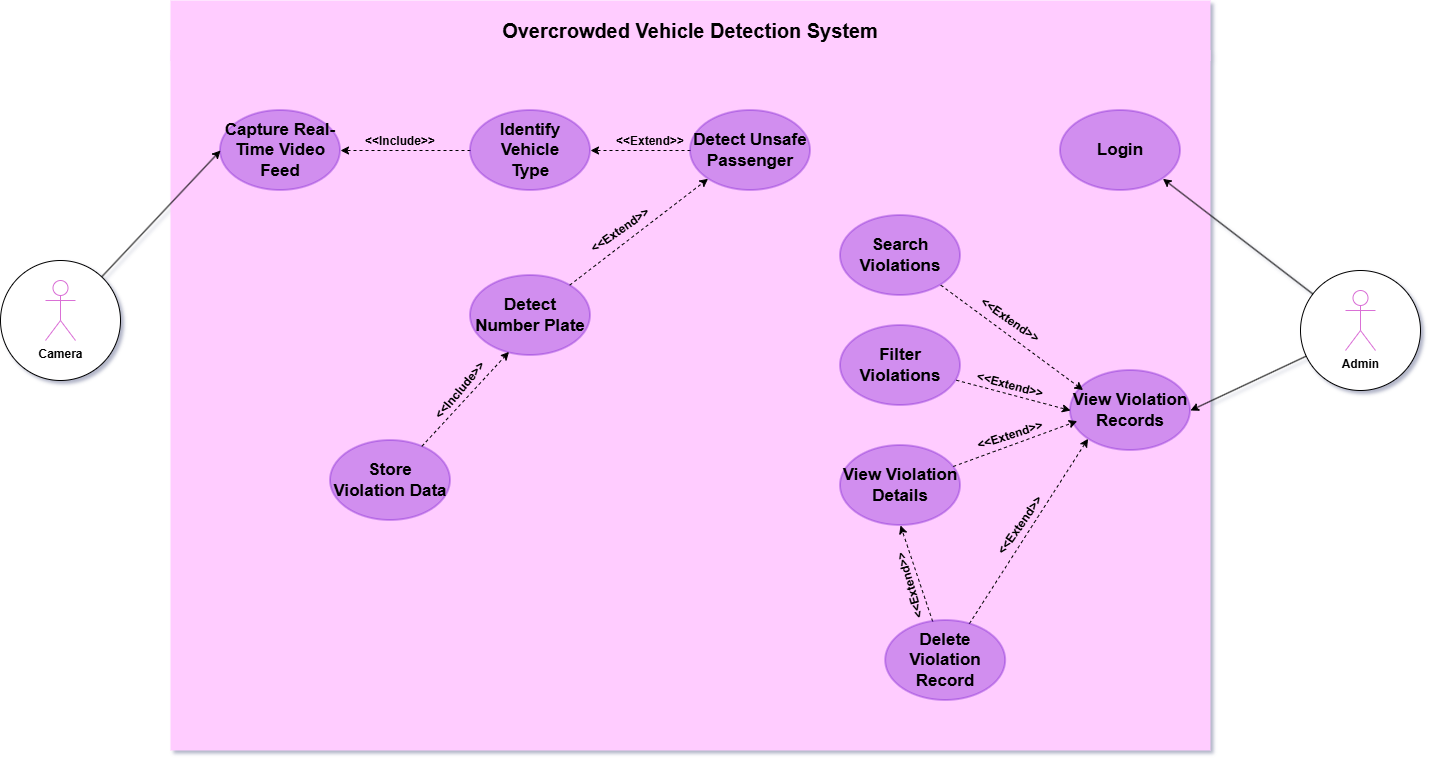
Above: Use Case Diagram.png in safe-ride-AI/unsafe-passenger-detection (draw.io), before the change. Source tidied: cells renumbered, new cells last; positions are measured from the earlier drawing's top-left corner, leaving out a move shared by most shapes.
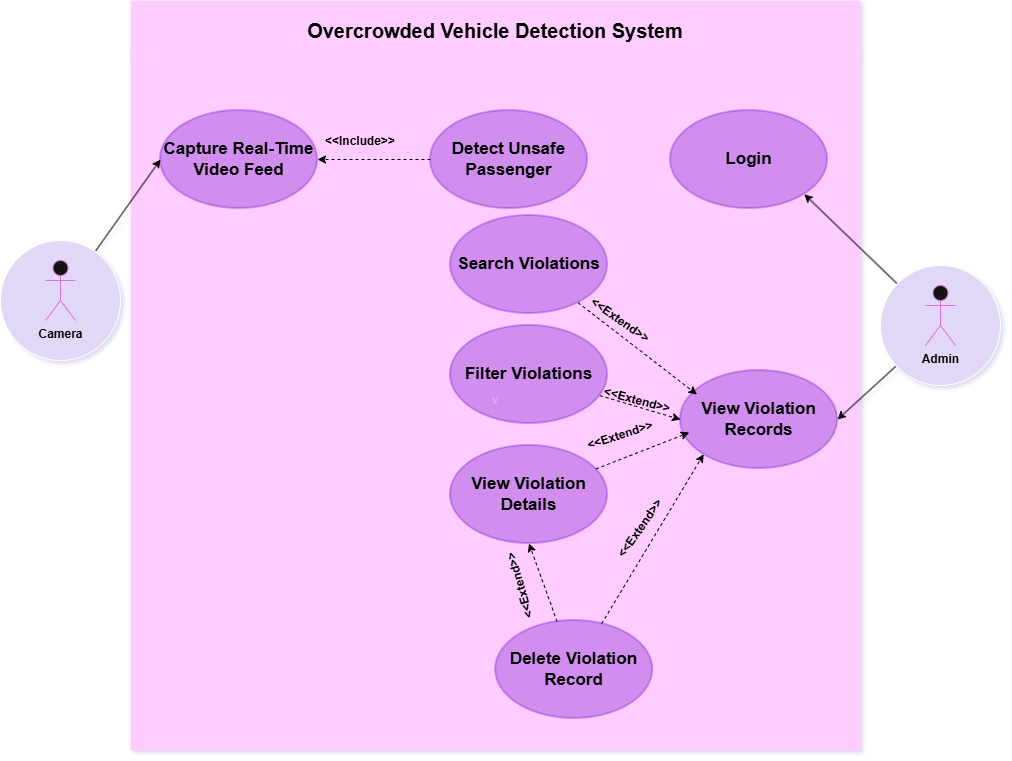
The same file after the commit.

Commit message:
SSD and Use Case Diagram Updated

Diff of the diagram source:
```diff
@@ -2,50 +2,41 @@
   <root>
     <mxCell id="0" />
     <mxCell id="1" parent="0" />
-    <mxCell id="2" style="rounded=0;whiteSpace=wrap;html=1;fillColor=light-dark(#FFCCFF,#FFCCFF);strokeColor=none;dashed=1;" parent="1" vertex="1">
-      <mxGeometry x="170" y="50" width="1040" height="700" as="geometry" />
+    <mxCell id="2" value="v" style="rounded=0;whiteSpace=wrap;html=1;fillColor=light-dark(#FFCCFF,#FFCCFF);strokeColor=none;dashed=1;" parent="1" vertex="1">
+      <mxGeometry x="520" y="50" width="730" height="700" as="geometry" />
     </mxCell>
     <mxCell id="3" value="&lt;font style=&quot;color: light-dark(rgb(0, 0, 0), rgb(0, 0, 0));&quot;&gt;Capture Real-Time Video Feed&lt;/font&gt;" style="ellipse;whiteSpace=wrap;html=1;fillColor=light-dark(#6600CC,#6600CC);fontColor=#000000;strokeColor=light-dark(#6600CC,#6600CC);fillStyle=auto;gradientColor=none;strokeWidth=2;opacity=30;fontSize=17;fontStyle=1;" parent="1" vertex="1">
-      <mxGeometry x="220" y="110" width="120" height="80" as="geometry" />
+      <mxGeometry x="550" y="110" width="157" height="98" as="geometry" />
     </mxCell>
-    <mxCell id="4" style="edgeStyle=orthogonalEdgeStyle;rounded=0;jettySize=auto;html=1;entryX=1;entryY=0.5;entryDx=0;entryDy=0;strokeColor=light-dark(#000000,#000000);exitX=0;exitY=0.5;exitDx=0;exitDy=0;dashed=1;" parent="1" edge="1" source="9" target="3">
+    <mxCell id="4" style="edgeStyle=orthogonalEdgeStyle;rounded=0;jettySize=auto;html=1;entryX=1;entryY=0.5;entryDx=0;entryDy=0;strokeColor=light-dark(#000000,#000000);exitX=0;exitY=0.5;exitDx=0;exitDy=0;dashed=1;" parent="1" edge="1" source="6" target="3">
       <mxGeometry relative="1" as="geometry" />
     </mxCell>
-    <mxCell id="5" style="edgeStyle=orthogonalEdgeStyle;rounded=0;jettySize=auto;html=1;entryX=1;entryY=0.5;entryDx=0;entryDy=0;strokeColor=light-dark(#000000,#000000);dashed=1;" parent="1" edge="1" source="6" target="9">
-      <mxGeometry relative="1" as="geometry" />
-    </mxCell>
     <mxCell id="6" value="&lt;font style=&quot;color: light-dark(rgb(0, 0, 0), rgb(0, 0, 0));&quot;&gt;Detect Unsafe Passenger&lt;/font&gt;" style="ellipse;whiteSpace=wrap;html=1;fillColor=light-dark(#6600CC,#6600CC);fontColor=#000000;strokeColor=light-dark(#6600CC,#6600CC);fillStyle=auto;gradientColor=none;strokeWidth=2;opacity=30;fontSize=17;fontStyle=1;" parent="1" vertex="1">
-      <mxGeometry x="690" y="110" width="120" height="80" as="geometry" />
+      <mxGeometry x="820" y="110" width="157" height="98" as="geometry" />
     </mxCell>
     <mxCell id="7" value="&lt;font style=&quot;color: light-dark(rgb(0, 0, 0), rgb(0, 0, 0));&quot;&gt;&amp;lt;&amp;lt;Include&amp;gt;&amp;gt;&lt;/font&gt;" style="text;html=1;whiteSpace=wrap;strokeColor=none;fillColor=none;align=center;verticalAlign=middle;rounded=0;fontStyle=1;" parent="1" vertex="1">
-      <mxGeometry x="370" y="126" width="60" height="30" as="geometry" />
+      <mxGeometry x="720" y="126" width="60" height="30" as="geometry" />
     </mxCell>
     <mxCell id="8" value="&lt;font style=&quot;color: light-dark(rgb(0, 0, 0), rgb(0, 0, 0));&quot;&gt;&amp;lt;&amp;lt;Extend&amp;gt;&amp;gt;&lt;/font&gt;" style="text;html=1;whiteSpace=wrap;strokeColor=none;fillColor=none;align=center;verticalAlign=middle;rounded=0;rotation=35;fontStyle=1;" parent="1" vertex="1">
       <mxGeometry x="980" y="305" width="60" height="30" as="geometry" />
     </mxCell>
-    <mxCell id="9" value="&lt;font style=&quot;color: light-dark(rgb(0, 0, 0), rgb(0, 0, 0));&quot;&gt;Identify Vehicle&lt;/font&gt;&lt;div&gt;&lt;span style=&quot;color: light-dark(rgb(0, 0, 0), rgb(0, 0, 0)); background-color: transparent;&quot;&gt;Type&lt;/span&gt;&lt;/div&gt;" style="ellipse;whiteSpace=wrap;html=1;fillColor=light-dark(#6600CC,#6600CC);fontColor=#000000;strokeColor=light-dark(#6600CC,#6600CC);fillStyle=auto;gradientColor=none;strokeWidth=2;opacity=30;fontSize=17;fontStyle=1;" parent="1" vertex="1">
-      <mxGeometry x="470" y="110" width="120" height="80" as="geometry" />
-    </mxCell>
-    <mxCell id="10" value="&lt;font style=&quot;color: light-dark(rgb(0, 0, 0), rgb(0, 0, 0));&quot;&gt;Store Violation Data&lt;/font&gt;" style="ellipse;whiteSpace=wrap;html=1;fillColor=light-dark(#6600CC,#6600CC);fontColor=#000000;strokeColor=light-dark(#6600CC,#6600CC);fillStyle=auto;gradientColor=none;strokeWidth=2;opacity=30;fontSize=17;fontStyle=1;" parent="1" vertex="1">
-      <mxGeometry x="330" y="440" width="120" height="80" as="geometry" />
-    </mxCell>
     <mxCell id="11" value="&lt;font style=&quot;color: light-dark(rgb(0, 0, 0), rgb(0, 0, 0));&quot;&gt;Login&lt;/font&gt;" style="ellipse;whiteSpace=wrap;html=1;fillColor=light-dark(#6600CC,#6600CC);fontColor=#000000;strokeColor=light-dark(#6600CC,#6600CC);fillStyle=auto;gradientColor=none;strokeWidth=2;opacity=30;fontSize=17;fontStyle=1;" parent="1" vertex="1">
-      <mxGeometry x="1060" y="110" width="120" height="80" as="geometry" />
+      <mxGeometry x="1060" y="110" width="157" height="98" as="geometry" />
     </mxCell>
     <mxCell id="12" value="&lt;font style=&quot;color: light-dark(rgb(0, 0, 0), rgb(0, 0, 0));&quot;&gt;View Violation Records&lt;/font&gt;" style="ellipse;whiteSpace=wrap;html=1;fillColor=light-dark(#6600CC,#6600CC);fontColor=#000000;strokeColor=light-dark(#6600CC,#6600CC);fillStyle=auto;gradientColor=none;strokeWidth=2;opacity=30;fontSize=17;fontStyle=1;" parent="1" vertex="1">
-      <mxGeometry x="1070" y="370" width="120" height="80" as="geometry" />
+      <mxGeometry x="1070" y="370" width="157" height="98" as="geometry" />
     </mxCell>
     <mxCell id="13" value="&lt;font style=&quot;color: light-dark(rgb(0, 0, 0), rgb(0, 0, 0));&quot;&gt;Search Violations&lt;/font&gt;" style="ellipse;whiteSpace=wrap;html=1;fillColor=light-dark(#6600CC,#6600CC);fontColor=#000000;strokeColor=light-dark(#6600CC,#6600CC);fillStyle=auto;gradientColor=none;strokeWidth=2;opacity=30;fontSize=17;fontStyle=1;" parent="1" vertex="1">
-      <mxGeometry x="840" y="215" width="120" height="80" as="geometry" />
+      <mxGeometry x="840" y="215" width="157" height="98" as="geometry" />
     </mxCell>
     <mxCell id="14" style="rounded=0;jettySize=auto;html=1;entryX=0;entryY=0.5;entryDx=0;entryDy=0;strokeColor=light-dark(#000000,#000000);dashed=1;" parent="1" edge="1" source="15" target="12">
       <mxGeometry relative="1" as="geometry" />
     </mxCell>
     <mxCell id="15" value="&lt;font style=&quot;color: light-dark(rgb(0, 0, 0), rgb(0, 0, 0));&quot;&gt;Filter Violations&lt;/font&gt;" style="ellipse;whiteSpace=wrap;html=1;fillColor=light-dark(#6600CC,#6600CC);fontColor=#000000;strokeColor=light-dark(#6600CC,#6600CC);fillStyle=auto;gradientColor=none;strokeWidth=2;opacity=30;fontSize=17;fontStyle=1;" parent="1" vertex="1">
-      <mxGeometry x="840" y="325" width="120" height="80" as="geometry" />
+      <mxGeometry x="840" y="325" width="157" height="98" as="geometry" />
     </mxCell>
     <mxCell id="16" value="&lt;font style=&quot;color: light-dark(rgb(0, 0, 0), rgb(0, 0, 0));&quot;&gt;View Violation Details&lt;/font&gt;" style="ellipse;whiteSpace=wrap;html=1;fillColor=light-dark(#6600CC,#6600CC);fontColor=#000000;strokeColor=light-dark(#6600CC,#6600CC);fillStyle=auto;gradientColor=none;strokeWidth=2;opacity=30;fontSize=17;fontStyle=1;" parent="1" vertex="1">
-      <mxGeometry x="840" y="445" width="120" height="80" as="geometry" />
+      <mxGeometry x="840" y="445" width="157" height="98" as="geometry" />
     </mxCell>
     <mxCell id="17" style="rounded=0;jettySize=auto;html=1;entryX=0;entryY=1;entryDx=0;entryDy=0;strokeColor=light-dark(#000000,#000000);dashed=1;" parent="1" edge="1" source="19" target="12">
       <mxGeometry relative="1" as="geometry" />
@@ -54,19 +45,19 @@
       <mxGeometry relative="1" as="geometry" />
     </mxCell>
     <mxCell id="19" value="&lt;font style=&quot;color: light-dark(rgb(0, 0, 0), rgb(0, 0, 0));&quot;&gt;Delete Violation Record&lt;/font&gt;" style="ellipse;whiteSpace=wrap;html=1;fillColor=light-dark(#6600CC,#6600CC);fontColor=#000000;strokeColor=light-dark(#6600CC,#6600CC);fillStyle=auto;gradientColor=none;strokeWidth=2;opacity=30;fontSize=17;fontStyle=1;" parent="1" vertex="1">
-      <mxGeometry x="885.2" y="620" width="120" height="80" as="geometry" />
+      <mxGeometry x="885.2" y="620" width="157" height="98" as="geometry" />
     </mxCell>
     <mxCell id="20" value="&lt;font style=&quot;color: light-dark(rgb(0, 0, 0), rgb(0, 0, 0)); font-size: 20px;&quot;&gt;&lt;b style=&quot;&quot;&gt;Overcrowded Vehicle Detection System&lt;/b&gt;&lt;/font&gt;" style="rounded=0;whiteSpace=wrap;html=1;fillColor=light-dark(#FFCCFF,#FFCCFF);strokeColor=none;" parent="1" vertex="1">
-      <mxGeometry x="170" width="1040" height="60" as="geometry" />
+      <mxGeometry x="520" width="730" height="60" as="geometry" />
     </mxCell>
     <mxCell id="21" style="rounded=0;jettySize=auto;html=1;entryX=0;entryY=0.5;entryDx=0;entryDy=0;strokeColor=light-dark(#000000,#000000);" parent="1" edge="1" source="22" target="3">
       <mxGeometry relative="1" as="geometry" />
     </mxCell>
     <mxCell id="22" style="ellipse;whiteSpace=wrap;html=1;strokeColor=default;fillColor=light-dark(#FFFFFF,#E1D8F7);" parent="1" vertex="1">
-      <mxGeometry y="260" width="120" height="120" as="geometry" />
+      <mxGeometry x="390" y="240" width="120" height="120" as="geometry" />
     </mxCell>
     <mxCell id="23" value="&lt;font style=&quot;color: light-dark(rgb(0, 0, 0), rgb(0, 0, 0));&quot;&gt;&lt;b&gt;Camera&lt;/b&gt;&lt;/font&gt;" style="shape=umlActor;verticalLabelPosition=bottom;verticalAlign=top;html=1;strokeColor=light-dark(#DA70D6,#DA70D6);" parent="1" vertex="1">
-      <mxGeometry x="45" y="280" width="30" height="60" as="geometry" />
+      <mxGeometry x="435" y="260" width="30" height="60" as="geometry" />
     </mxCell>
     <mxCell id="24" style="rounded=0;jettySize=auto;html=1;entryX=1;entryY=1;entryDx=0;entryDy=0;strokeColor=light-dark(#000000,#000000);" parent="1" edge="1" source="26" target="11">
       <mxGeometry relative="1" as="geometry" />
@@ -75,10 +66,10 @@
       <mxGeometry relative="1" as="geometry" />
     </mxCell>
     <mxCell id="26" style="ellipse;whiteSpace=wrap;html=1;strokeColor=default;fillColor=light-dark(#FFFFFF,#E1D8F7);" parent="1" vertex="1">
-      <mxGeometry x="1300" y="270" width="120" height="120" as="geometry" />
+      <mxGeometry x="1270" y="265" width="120" height="120" as="geometry" />
     </mxCell>
     <mxCell id="27" value="&lt;font style=&quot;color: light-dark(rgb(0, 0, 0), rgb(0, 0, 0));&quot;&gt;&lt;b&gt;Admin&lt;/b&gt;&lt;/font&gt;" style="shape=umlActor;verticalLabelPosition=bottom;verticalAlign=top;html=1;strokeColor=light-dark(#DA70D6,#DA70D6);" parent="1" vertex="1">
-      <mxGeometry x="1345" y="290" width="30" height="60" as="geometry" />
+      <mxGeometry x="1315" y="285" width="30" height="60" as="geometry" />
     </mxCell>
     <mxCell id="28" style="rounded=0;jettySize=auto;html=1;entryX=0.105;entryY=0.245;entryDx=0;entryDy=0;entryPerimeter=0;strokeColor=light-dark(#000000,#000000);dashed=1;" parent="1" edge="1" source="13" target="12">
       <mxGeometry relative="1" as="geometry" />
@@ -87,32 +78,14 @@
       <mxGeometry relative="1" as="geometry" />
     </mxCell>
     <mxCell id="30" value="&lt;font style=&quot;color: light-dark(rgb(0, 0, 0), rgb(0, 0, 0));&quot;&gt;&amp;lt;&amp;lt;Extend&amp;gt;&amp;gt;&lt;/font&gt;" style="text;html=1;whiteSpace=wrap;strokeColor=none;fillColor=none;align=center;verticalAlign=middle;rounded=0;rotation=15;fontStyle=1;" parent="1" vertex="1">
-      <mxGeometry x="980" y="370" width="60" height="30" as="geometry" />
+      <mxGeometry x="997" y="385" width="60" height="30" as="geometry" />
     </mxCell>
     <mxCell id="31" value="&lt;font style=&quot;color: light-dark(rgb(0, 0, 0), rgb(0, 0, 0));&quot;&gt;&amp;lt;&amp;lt;Extend&amp;gt;&amp;gt;&lt;/font&gt;" style="text;html=1;whiteSpace=wrap;strokeColor=none;fillColor=none;align=center;verticalAlign=middle;rounded=0;rotation=-18;fontStyle=1;" parent="1" vertex="1">
       <mxGeometry x="980" y="420" width="60" height="30" as="geometry" />
     </mxCell>
     <mxCell id="32" value="&lt;font style=&quot;color: light-dark(rgb(0, 0, 0), rgb(0, 0, 0));&quot;&gt;&amp;lt;&amp;lt;Extend&amp;gt;&amp;gt;&lt;/font&gt;" style="text;html=1;whiteSpace=wrap;strokeColor=none;fillColor=none;align=center;verticalAlign=middle;rounded=0;rotation=-55;fontStyle=1;" parent="1" vertex="1">
-      <mxGeometry x="990" y="510" width="60" height="30" as="geometry" />
+      <mxGeometry x="1000" y="513" width="60" height="30" as="geometry" />
     </mxCell>
-    <mxCell id="33" value="&lt;font style=&quot;color: light-dark(rgb(0, 0, 0), rgb(0, 0, 0));&quot;&gt;Detect Number Plate&lt;/font&gt;" style="ellipse;whiteSpace=wrap;html=1;fillColor=light-dark(#6600CC,#6600CC);fontColor=#000000;strokeColor=light-dark(#6600CC,#6600CC);fillStyle=auto;gradientColor=none;strokeWidth=2;opacity=30;fontSize=17;fontStyle=1;" parent="1" vertex="1">
-      <mxGeometry x="470" y="275" width="120" height="80" as="geometry" />
-    </mxCell>
-    <mxCell id="34" style="rounded=0;jettySize=auto;html=1;entryX=0;entryY=1;entryDx=0;entryDy=0;strokeColor=light-dark(#000000,#000000);dashed=1;" parent="1" edge="1" source="33" target="6">
-      <mxGeometry relative="1" as="geometry" />
-    </mxCell>
-    <mxCell id="35" value="&lt;font style=&quot;color: light-dark(rgb(0, 0, 0), rgb(0, 0, 0));&quot;&gt;&amp;lt;&amp;lt;Extend&amp;gt;&amp;gt;&lt;/font&gt;" style="text;html=1;whiteSpace=wrap;strokeColor=none;fillColor=none;align=center;verticalAlign=middle;rounded=0;rotation=-35;fontStyle=1;" parent="1" vertex="1">
-      <mxGeometry x="590" y="215" width="60" height="30" as="geometry" />
-    </mxCell>
-    <mxCell id="36" value="&lt;font style=&quot;color: light-dark(rgb(0, 0, 0), rgb(0, 0, 0));&quot;&gt;&amp;lt;&amp;lt;Extend&amp;gt;&amp;gt;&lt;/font&gt;" style="text;html=1;whiteSpace=wrap;strokeColor=none;fillColor=none;align=center;verticalAlign=middle;rounded=0;rotation=0;fontStyle=1;" parent="1" vertex="1">
-      <mxGeometry x="620" y="126" width="60" height="30" as="geometry" />
-    </mxCell>
-    <mxCell id="37" style="rounded=0;jettySize=auto;html=1;entryX=0.321;entryY=0.955;entryDx=0;entryDy=0;entryPerimeter=0;strokeColor=light-dark(#000000,#000000);dashed=1;" parent="1" edge="1" source="10" target="33">
-      <mxGeometry relative="1" as="geometry" />
-    </mxCell>
-    <mxCell id="38" value="&lt;font style=&quot;color: light-dark(rgb(0, 0, 0), rgb(0, 0, 0));&quot;&gt;&amp;lt;&amp;lt;Include&amp;gt;&amp;gt;&lt;/font&gt;" style="text;html=1;whiteSpace=wrap;strokeColor=none;fillColor=none;align=center;verticalAlign=middle;rounded=0;rotation=-50;fontStyle=1;" parent="1" vertex="1">
-      <mxGeometry x="430" y="375" width="60" height="30" as="geometry" />
-    </mxCell>
     <mxCell id="39" value="&lt;font style=&quot;color: light-dark(rgb(0, 0, 0), rgb(0, 0, 0));&quot;&gt;&amp;lt;&amp;lt;Extend&amp;gt;&amp;gt;&lt;/font&gt;" style="text;html=1;whiteSpace=wrap;strokeColor=none;fillColor=none;align=center;verticalAlign=middle;rounded=0;rotation=-106;fontStyle=1;" parent="1" vertex="1">
       <mxGeometry x="880" y="570" width="60" height="30" as="geometry" />
     </mxCell>
```
